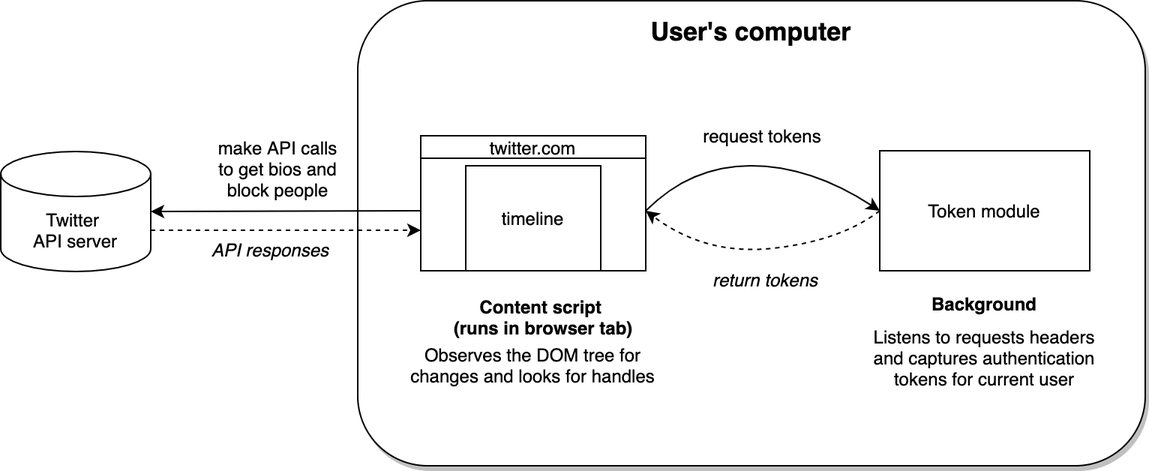
This is .github/diagram.png from MobileFirstLLC/doucheblock, a draw.io export, as it was before one commit. Source tidied: cells renumbered, new cells last; positions are measured from the earlier drawing's top-left corner, leaving out a move shared by most shapes.
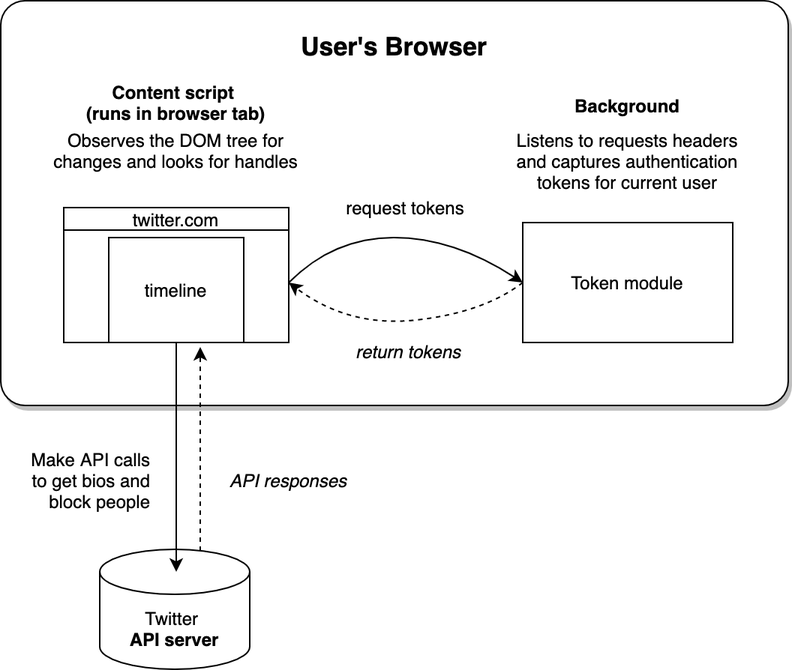
Later version of the same file.

Change to the diagram source:
```diff
@@ -2,37 +2,37 @@
   <root>
     <mxCell id="0" />
     <mxCell id="1" parent="0" />
-    <mxCell id="2" style="rounded=1;whiteSpace=wrap;html=1;align=center;shadow=1;" parent="1" vertex="1">
-      <mxGeometry x="238" width="525" height="310" as="geometry" />
+    <mxCell id="2" style="rounded=1;whiteSpace=wrap;html=1;align=center;shadow=1;arcSize=6;" parent="1" vertex="1">
+      <mxGeometry x="238" y="10" width="525" height="270" as="geometry" />
     </mxCell>
     <mxCell id="3" value="Content script &lt;br&gt;(runs in browser tab)" style="text;html=1;strokeColor=none;fillColor=none;align=center;verticalAlign=middle;whiteSpace=wrap;rounded=0;fontStyle=1;" parent="1" vertex="1">
-      <mxGeometry x="297" y="201" width="130" height="20" as="geometry" />
+      <mxGeometry x="290" y="68" width="130" height="20" as="geometry" />
     </mxCell>
     <mxCell id="4" value="Observes the DOM tree for changes and looks for handles" style="text;html=1;strokeColor=none;fillColor=none;align=center;verticalAlign=middle;whiteSpace=wrap;rounded=0;" parent="1" vertex="1">
-      <mxGeometry x="270" y="233" width="170" height="20" as="geometry" />
+      <mxGeometry x="270" y="100" width="170" height="20" as="geometry" />
     </mxCell>
     <mxCell id="5" value="Token module" style="rounded=0;whiteSpace=wrap;html=1;" parent="1" vertex="1">
-      <mxGeometry x="586" y="100" width="140" height="80" as="geometry" />
+      <mxGeometry x="586" y="158" width="140" height="80" as="geometry" />
     </mxCell>
     <mxCell id="6" value="Background" style="text;html=1;strokeColor=none;fillColor=none;align=center;verticalAlign=middle;whiteSpace=wrap;rounded=0;dashed=1;fontStyle=1;" parent="1" vertex="1">
-      <mxGeometry x="596" y="191.5" width="120" height="20" as="geometry" />
+      <mxGeometry x="596" y="70" width="120" height="20" as="geometry" />
     </mxCell>
     <mxCell id="7" value="Listens to requests headers and captures authentication tokens for current user" style="text;html=1;strokeColor=none;fillColor=none;align=center;verticalAlign=middle;whiteSpace=wrap;rounded=0;dashed=1;" parent="1" vertex="1">
-      <mxGeometry x="576" y="210.5" width="160" height="55" as="geometry" />
+      <mxGeometry x="576" y="89" width="160" height="55" as="geometry" />
     </mxCell>
     <mxCell id="8" value="request tokens" style="text;html=1;strokeColor=none;fillColor=none;align=center;verticalAlign=middle;whiteSpace=wrap;rounded=0;dashed=1;" parent="1" vertex="1">
-      <mxGeometry x="458" y="80" width="100" height="20" as="geometry" />
+      <mxGeometry x="458" y="138" width="100" height="20" as="geometry" />
     </mxCell>
     <mxCell id="9" style="endArrow=classic;html=1;entryX=1;entryY=0.5;entryDx=0;entryDy=0;exitX=0;exitY=0.5;exitDx=0;exitDy=0;dashed=1;curved=1;" parent="1" edge="1" source="5" target="11">
       <mxGeometry relative="1" as="geometry">
         <Array as="points">
-          <mxPoint x="560" y="160" />
-          <mxPoint x="470" y="170" />
+          <mxPoint x="560" y="218" />
+          <mxPoint x="470" y="228" />
         </Array>
       </mxGeometry>
     </mxCell>
     <mxCell id="10" style="group;" parent="1" vertex="1">
-      <mxGeometry x="280" y="90" width="150" height="90" as="geometry" />
+      <mxGeometry x="280" y="148" width="150" height="90" as="geometry" />
     </mxCell>
     <mxCell id="11" value="Twitter" style="rounded=0;whiteSpace=wrap;html=1;" parent="10" vertex="1">
       <mxGeometry y="10" width="150" height="80" as="geometry" />
@@ -46,33 +46,36 @@
     <mxCell id="14" style="endArrow=classic;html=1;exitX=1;exitY=0.5;exitDx=0;exitDy=0;entryX=0;entryY=0.5;entryDx=0;entryDy=0;curved=1;" parent="1" edge="1" source="11" target="5">
       <mxGeometry relative="1" as="geometry">
         <Array as="points">
-          <mxPoint x="460" y="110" />
-          <mxPoint x="540" y="110" />
+          <mxPoint x="460" y="168" />
+          <mxPoint x="540" y="168" />
         </Array>
       </mxGeometry>
     </mxCell>
     <mxCell id="15" value="return tokens" style="text;html=1;strokeColor=none;fillColor=none;align=center;verticalAlign=middle;whiteSpace=wrap;rounded=0;dashed=1;fontStyle=2;" parent="1" vertex="1">
-      <mxGeometry x="460" y="175.5" width="100" height="20" as="geometry" />
+      <mxGeometry x="460" y="233.5" width="100" height="20" as="geometry" />
     </mxCell>
-    <mxCell id="16" value="Twitter&amp;nbsp;&lt;br&gt;API server" style="shape=cylinder3;whiteSpace=wrap;html=1;boundedLbl=1;backgroundOutline=1;size=15;align=center;" parent="1" vertex="1">
-      <mxGeometry y="100.5" width="100" height="80" as="geometry" />
+    <mxCell id="16" value="Twitter&amp;nbsp;&lt;br&gt;&lt;b&gt;API server&lt;/b&gt;" style="shape=cylinder3;whiteSpace=wrap;html=1;boundedLbl=1;backgroundOutline=1;size=15;align=center;" parent="1" vertex="1">
+      <mxGeometry x="304" y="376" width="100" height="80" as="geometry" />
     </mxCell>
-    <mxCell id="17" style="endArrow=classic;html=1;exitX=0;exitY=0.5;exitDx=0;exitDy=0;entryX=1;entryY=0.5;entryDx=0;entryDy=0;entryPerimeter=0;" parent="1" edge="1" source="11" target="16">
-      <mxGeometry relative="1" as="geometry" />
+    <mxCell id="17" style="endArrow=classic;html=1;exitX=0.5;exitY=1;exitDx=0;exitDy=0;" parent="1" edge="1" source="12">
+      <mxGeometry relative="1" as="geometry">
+        <mxPoint x="355" y="391" as="targetPoint" />
+      </mxGeometry>
     </mxCell>
-    <mxCell id="18" value="make API calls to get bios and block people" style="text;html=1;strokeColor=none;fillColor=none;align=center;verticalAlign=middle;whiteSpace=wrap;rounded=0;" parent="1" vertex="1">
-      <mxGeometry x="140" y="102" width="90" height="20" as="geometry" />
+    <mxCell id="18" value="Make API calls to get bios and block people" style="text;html=1;strokeColor=none;fillColor=none;align=right;verticalAlign=middle;whiteSpace=wrap;rounded=0;" parent="1" vertex="1">
+      <mxGeometry x="250" y="304" width="90" height="52" as="geometry" />
     </mxCell>
-    <mxCell id="19" value="&lt;b style=&quot;font-size: 17px;&quot;&gt;User's computer&lt;/b&gt;" style="text;html=1;strokeColor=none;fillColor=none;align=center;verticalAlign=middle;whiteSpace=wrap;rounded=0;fontSize=17;" parent="1" vertex="1">
-      <mxGeometry x="398.2" y="10" width="204.5" height="20" as="geometry" />
+    <mxCell id="19" value="&lt;b style=&quot;font-size: 17px&quot;&gt;User's Browser&lt;/b&gt;" style="text;html=1;strokeColor=none;fillColor=none;align=center;verticalAlign=middle;whiteSpace=wrap;rounded=0;fontSize=17;" parent="1" vertex="1">
+      <mxGeometry x="398.2" y="30" width="204.5" height="20" as="geometry" />
     </mxCell>
-    <mxCell id="20" style="endArrow=classic;html=1;exitX=1;exitY=0;exitDx=0;exitDy=52.5;exitPerimeter=0;dashed=1;" parent="1" edge="1" source="16">
+    <mxCell id="20" style="endArrow=classic;html=1;exitX=0.66;exitY=0.013;exitDx=0;exitDy=0;exitPerimeter=0;dashed=1;" parent="1" edge="1">
       <mxGeometry relative="1" as="geometry">
-        <mxPoint x="280" y="153" as="targetPoint" />
+        <mxPoint x="371" y="377" as="sourcePoint" />
+        <mxPoint x="371" y="241" as="targetPoint" />
       </mxGeometry>
     </mxCell>
     <mxCell id="21" value="API responses" style="text;html=1;strokeColor=none;fillColor=none;align=center;verticalAlign=middle;whiteSpace=wrap;rounded=0;dashed=1;fontStyle=2;" parent="1" vertex="1">
-      <mxGeometry x="130" y="155.5" width="100" height="20" as="geometry" />
+      <mxGeometry x="380" y="320" width="100" height="20" as="geometry" />
     </mxCell>
   </root>
 </mxGraphModel>
```
